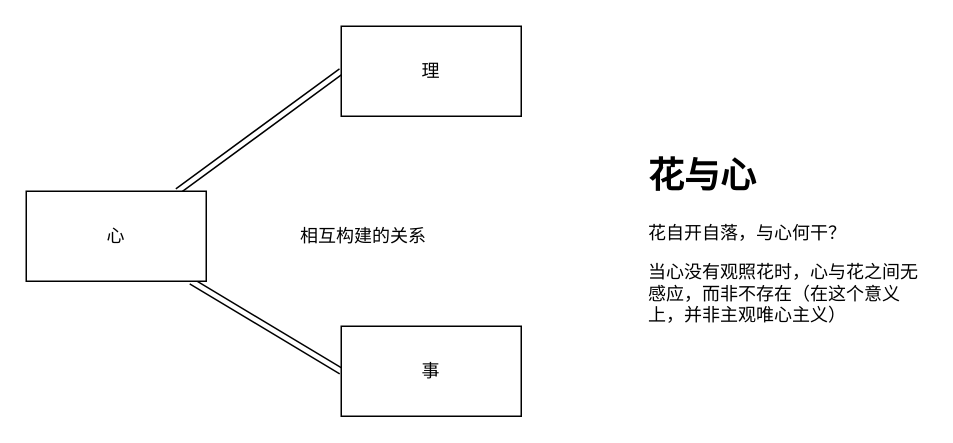
Before: booknote/传习录/传习录_1.drawio in ShortPupil/VPicture, a draw.io diagram. Source tidied: cells renumbered, new cells numbered last; positions are measured from the earlier drawing's top-left corner, leaving out a move shared by most shapes. Both pictures are drawn from the tidied source at 150%, with x=0, y=0 at pixel (26, 26).
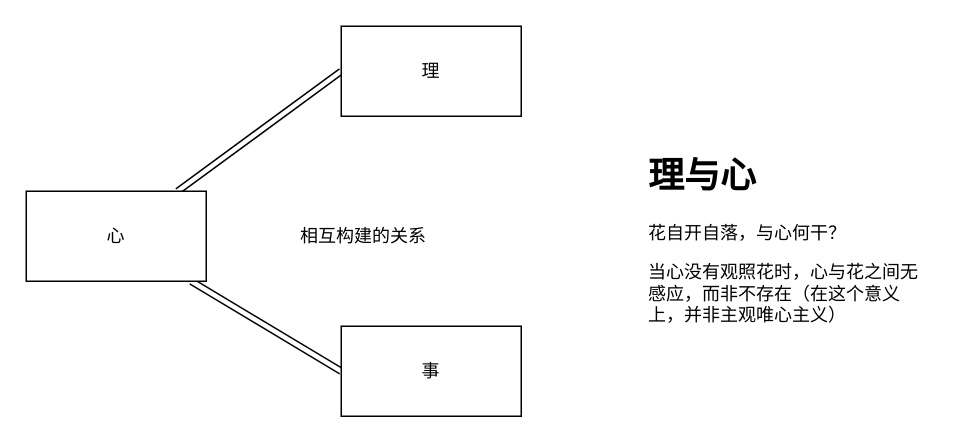
After the change.

Diff of the diagram source:
```diff
@@
 <mxGraphModel>
   <root>
     <mxCell id="0" />
     <mxCell id="1" parent="0" />
     <mxCell id="2" style="edgeStyle=none;shape=link;rounded=0;jettySize=auto;html=1;entryX=0;entryY=0.5;entryDx=0;entryDy=0;" parent="1" edge="1" source="4" target="6">
       <mxGeometry relative="1" as="geometry" />
     </mxCell>
     <mxCell id="3" style="edgeStyle=none;shape=link;rounded=0;sketch=0;jettySize=auto;html=1;entryX=0;entryY=0.5;entryDx=0;entryDy=0;shadow=0;endArrow=block;endFill=0;" parent="1" edge="1" source="4" target="5">
       <mxGeometry relative="1" as="geometry" />
     </mxCell>
     <mxCell id="4" value="心" style="rounded=0;whiteSpace=wrap;html=1;" parent="1" vertex="1">
       <mxGeometry y="110" width="120" height="60" as="geometry" />
     </mxCell>
     <mxCell id="5" value="理" style="rounded=0;whiteSpace=wrap;html=1;" parent="1" vertex="1">
       <mxGeometry x="210" width="120" height="60" as="geometry" />
     </mxCell>
     <mxCell id="6" value="事" style="rounded=0;whiteSpace=wrap;html=1;" parent="1" vertex="1">
       <mxGeometry x="210" y="200" width="120" height="60" as="geometry" />
     </mxCell>
     <mxCell id="7" value="相互构建的关系" style="text;html=1;strokeColor=none;fillColor=none;align=center;verticalAlign=middle;whiteSpace=wrap;rounded=0;" parent="1" vertex="1">
       <mxGeometry x="170" y="125" width="110" height="30" as="geometry" />
     </mxCell>
-    <mxCell id="8" value="&lt;h1&gt;花与心&lt;/h1&gt;&lt;p&gt;花自开自落，与心何干？&lt;/p&gt;&lt;p&gt;当心没有观照花时，心与花之间无感应，而非不存在（在这个意义上，并非主观唯心主义）&lt;/p&gt;" style="text;html=1;strokeColor=none;fillColor=none;spacing=5;spacingTop=-20;whiteSpace=wrap;overflow=hidden;rounded=0;" parent="1" vertex="1">
+    <mxCell id="8" value="&lt;h1&gt;理与心&lt;/h1&gt;&lt;p&gt;花自开自落，与心何干？&lt;/p&gt;&lt;p&gt;当心没有观照花时，心与花之间无感应，而非不存在（在这个意义上，并非主观唯心主义）&lt;/p&gt;" style="text;html=1;strokeColor=none;fillColor=none;spacing=5;spacingTop=-20;whiteSpace=wrap;overflow=hidden;rounded=0;" parent="1" vertex="1">
       <mxGeometry x="410" y="80" width="190" height="120" as="geometry" />
     </mxCell>
   </root>
 </mxGraphModel>
```
